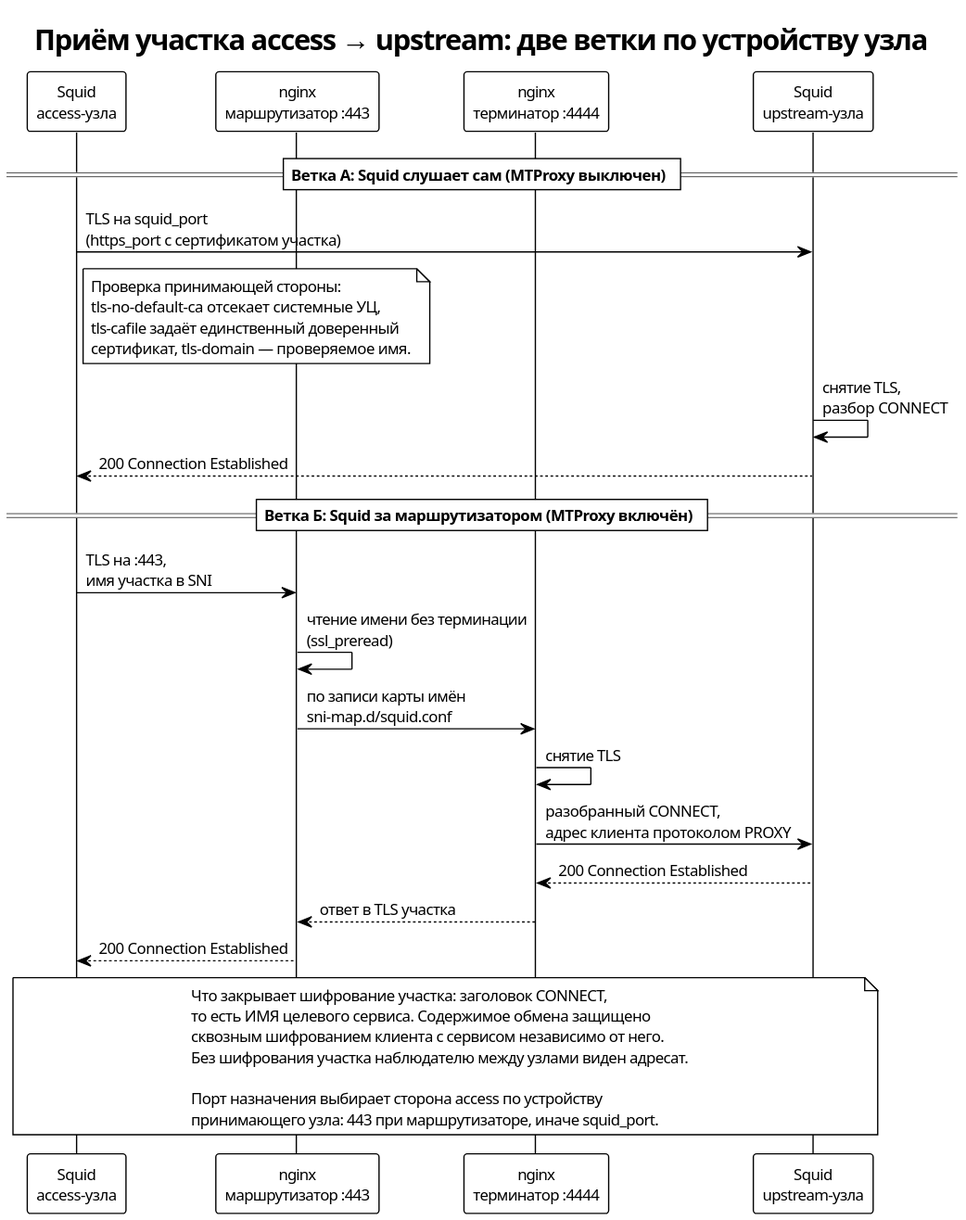
Above: docs/AA/C3/diagrams/C3-SU-001-transit-tls.svg in demofly/ai-proxy (PlantUML), before the change.
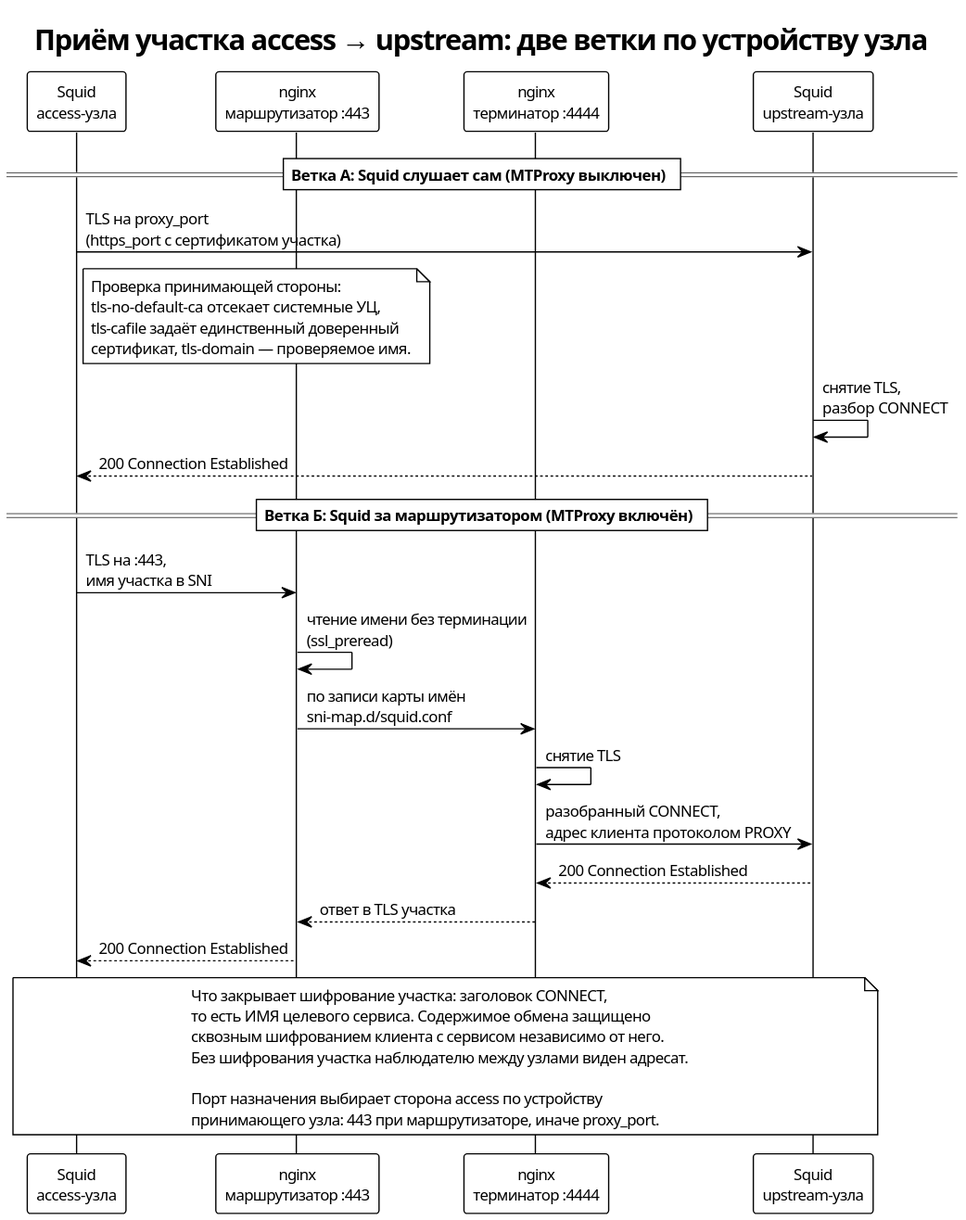
Above is the later version.

What changed in the source:
```diff
@@ -13,7 +13,7 @@
 
 == Ветка А: Squid слушает сам (MTProxy выключен) ==
 
-ACC -> SQUID : TLS на squid_port\n(https_port с сертификатом участка)
+ACC -> SQUID : TLS на proxy_port\n(https_port с сертификатом участка)
 note right of ACC
   Проверка принимающей стороны:
   tls-no-default-ca отсекает системные УЦ,
@@ -41,6 +41,6 @@
   Без шифрования участка наблюдателю между узлами виден адресат.
 
   Порт назначения выбирает сторона access по устройству
-  принимающего узла: 443 при маршрутизаторе, иначе squid_port.
+  принимающего узла: 443 при маршрутизаторе, иначе proxy_port.
 end note
 @enduml
```
